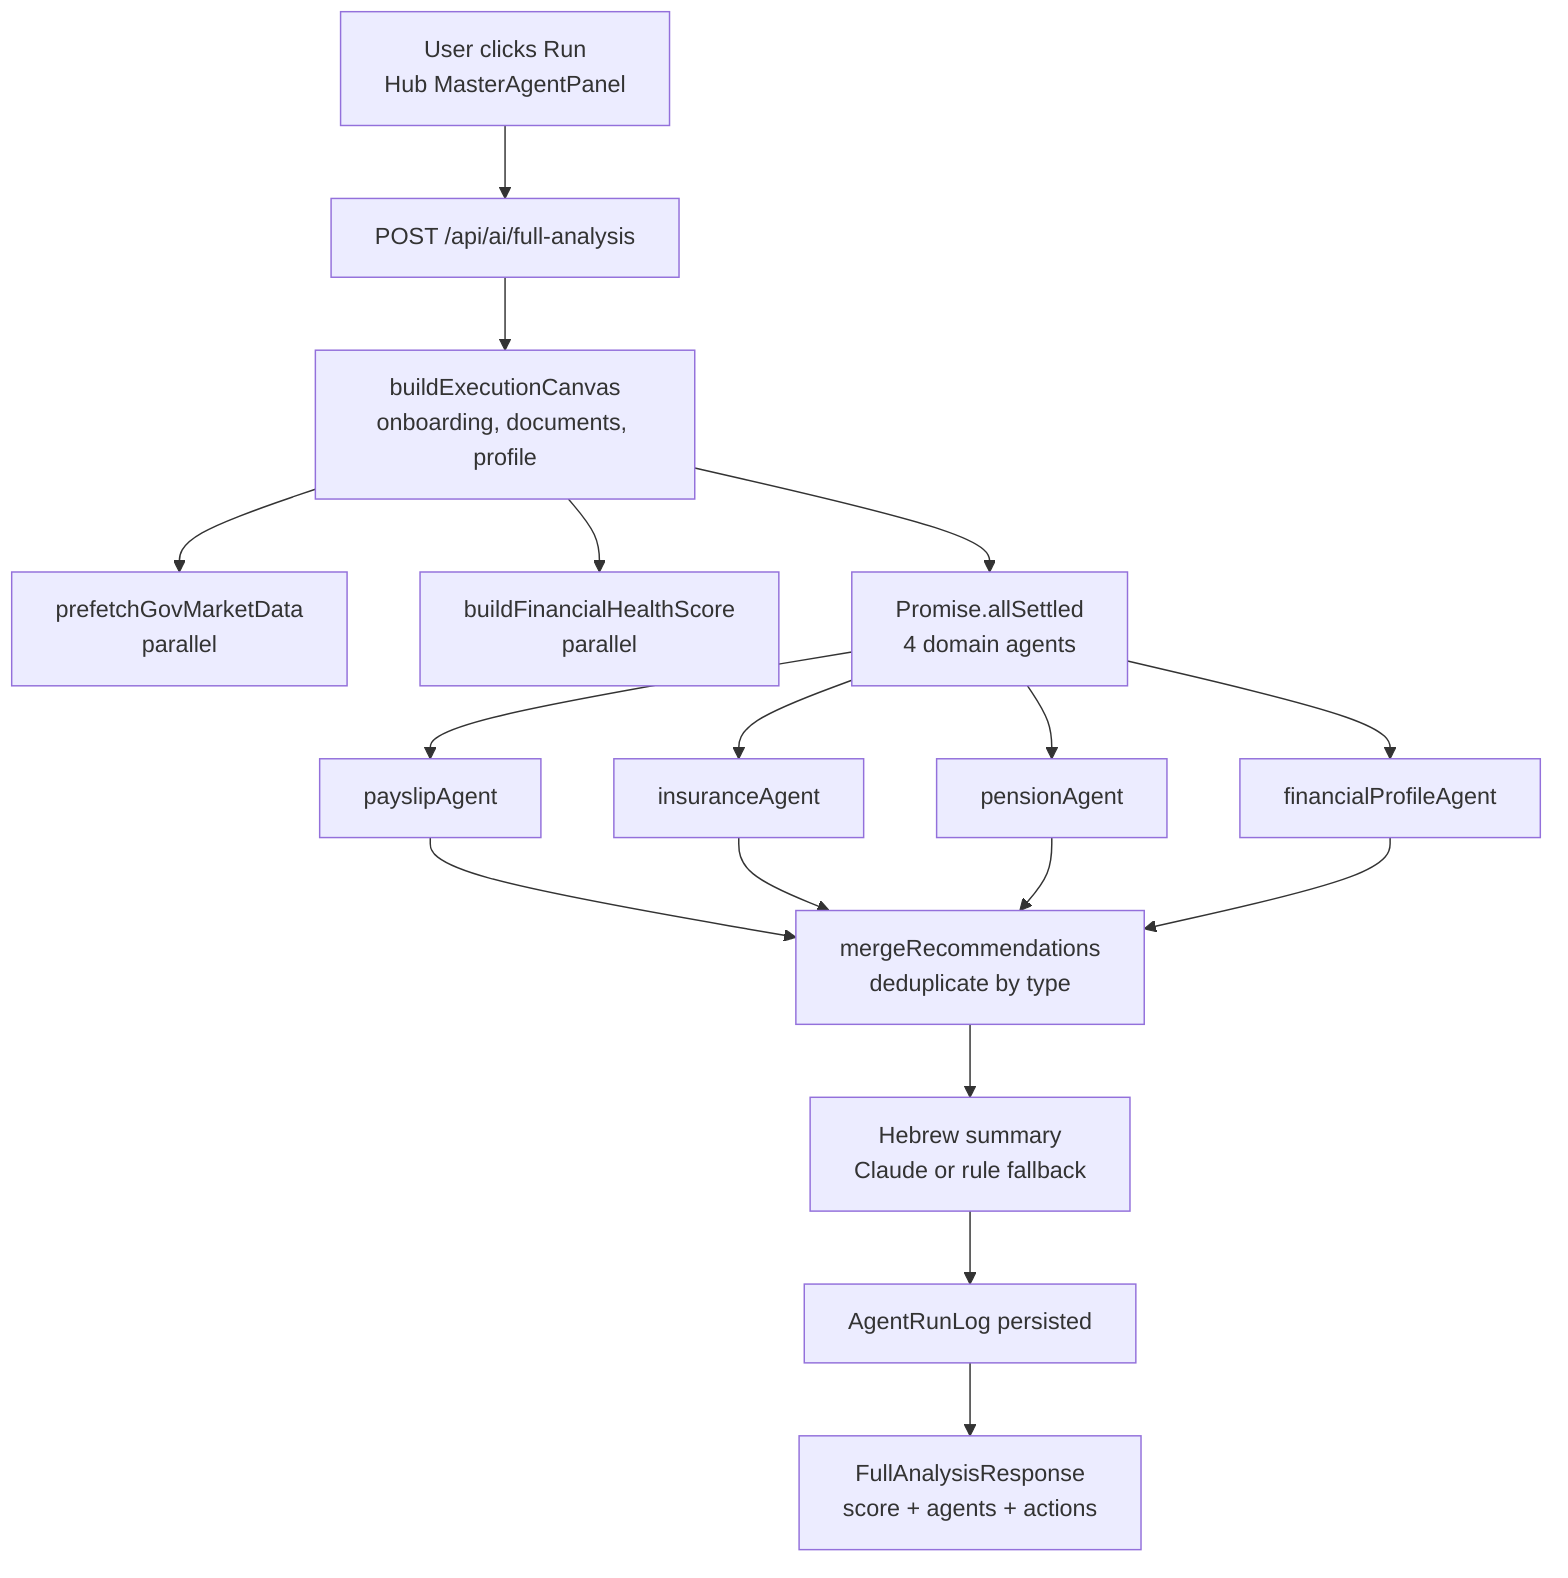
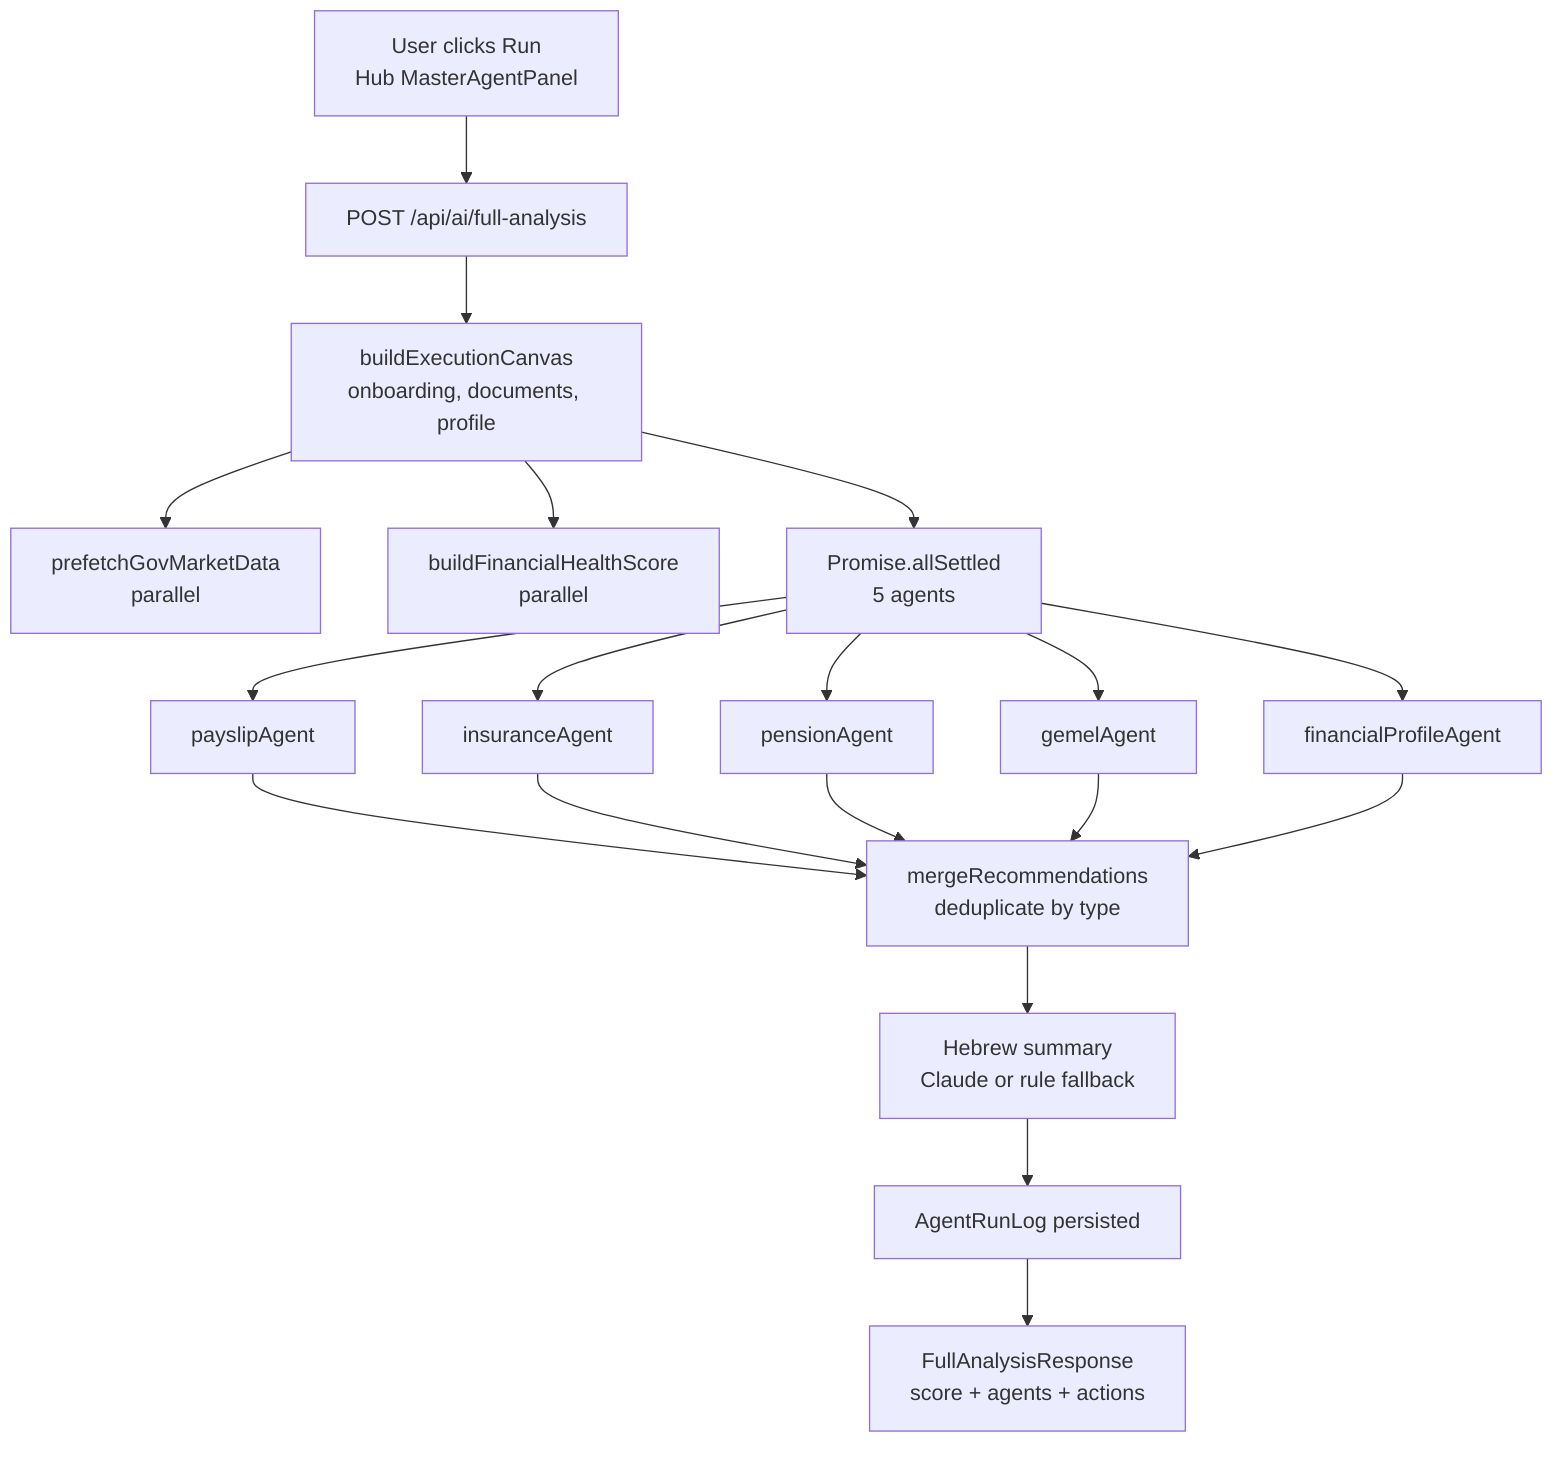
flowchart TD
  User["User clicks Run\nHub MasterAgentPanel"]
  API["POST /api/ai/full-analysis"]
  Canvas["buildExecutionCanvas\nonboarding, documents, profile"]
  Prefetch["prefetchGovMarketData\nparallel"]
  Score["buildFinancialHealthScore\nparallel"]
-   Agents["Promise.allSettled\n4 domain agents"]
+   Agents["Promise.allSettled\n5 agents"]
  Payslip["payslipAgent"]
  Insurance["insuranceAgent"]
  Pension["pensionAgent"]
+   Gemel["gemelAgent"]
  Profile["financialProfileAgent"]
  Merge["mergeRecommendations\ndeduplicate by type"]
  Summary["Hebrew summary\nClaude or rule fallback"]
  Log["AgentRunLog persisted"]
  Response["FullAnalysisResponse\nscore + agents + actions"]

  User --> API --> Canvas
  Canvas --> Prefetch
  Canvas --> Score
  Canvas --> Agents
  Agents --> Payslip
  Agents --> Insurance
  Agents --> Pension
+   Agents --> Gemel
  Agents --> Profile
  Payslip --> Merge
  Insurance --> Merge
  Pension --> Merge
+   Gemel --> Merge
  Profile --> Merge
  Merge --> Summary --> Log --> Response
